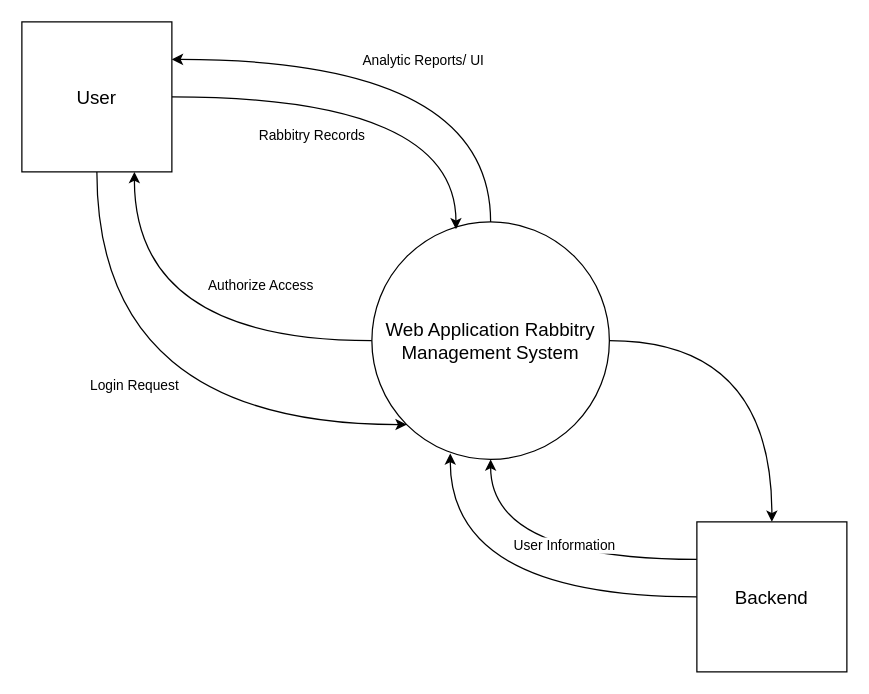
Above: Context Diagram.drawio in SejiMe/rpc-system (draw.io), before the change. Source tidied: cells renumbered, new cells numbered last; positions are measured from the earlier drawing's top-left corner, leaving out a move shared by most shapes. Both pictures are drawn from the tidied source at 125%, with x=0, y=0 at pixel (21, 21).
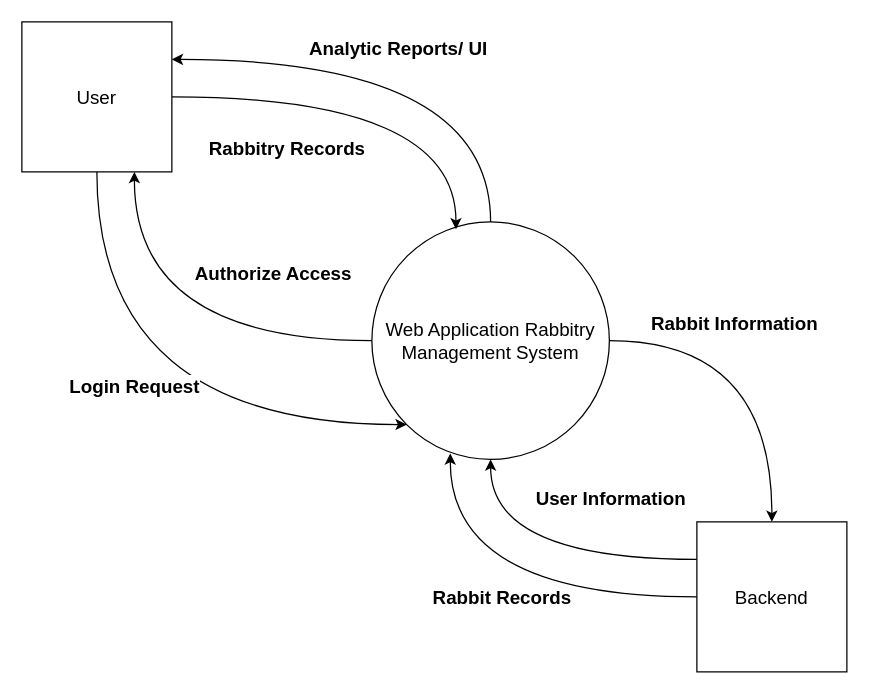
After the change.

Unchanged cells that the change refers to:
```xml
<mxCell id="2" style="edgeStyle=orthogonalEdgeStyle;curved=1;rounded=0;jettySize=auto;html=1;exitX=0;exitY=0.5;exitDx=0;exitDy=0;entryX=0.75;entryY=1;entryDx=0;entryDy=0;" parent="1" edge="1" source="7" target="12">
  <mxGeometry relative="1" as="geometry" />
</mxCell>
<mxCell id="4" style="edgeStyle=orthogonalEdgeStyle;curved=1;rounded=0;jettySize=auto;html=1;exitX=1;exitY=0.5;exitDx=0;exitDy=0;" parent="1" edge="1" source="7" target="16">
  <mxGeometry relative="1" as="geometry" />
</mxCell>
<mxCell id="5" style="edgeStyle=orthogonalEdgeStyle;curved=1;rounded=0;jettySize=auto;html=1;exitX=0.5;exitY=0;exitDx=0;exitDy=0;entryX=1;entryY=0.25;entryDx=0;entryDy=0;" parent="1" edge="1" source="7" target="12">
  <mxGeometry relative="1" as="geometry">
    <Array as="points">
      <mxPoint x="375" y="30" />
    </Array>
  </mxGeometry>
</mxCell>
<mxCell id="7" value="Web Application Rabbitry Management System" style="ellipse;whiteSpace=wrap;html=1;fontSize=15;" parent="1" vertex="1">
  <mxGeometry x="280" y="160" width="190" height="190" as="geometry" />
</mxCell>
<mxCell id="8" style="edgeStyle=orthogonalEdgeStyle;rounded=0;jettySize=auto;html=1;exitX=1;exitY=0.5;exitDx=0;exitDy=0;curved=1;entryX=0.354;entryY=0.031;entryDx=0;entryDy=0;entryPerimeter=0;" parent="1" edge="1" source="12" target="7">
  <mxGeometry relative="1" as="geometry" />
</mxCell>
<mxCell id="10" style="edgeStyle=orthogonalEdgeStyle;curved=1;rounded=0;jettySize=auto;html=1;exitX=0.5;exitY=1;exitDx=0;exitDy=0;entryX=0;entryY=1;entryDx=0;entryDy=0;" parent="1" edge="1" source="12" target="7">
  <mxGeometry relative="1" as="geometry">
    <Array as="points">
      <mxPoint x="60" y="322" />
    </Array>
  </mxGeometry>
</mxCell>
<mxCell id="13" style="edgeStyle=orthogonalEdgeStyle;curved=1;rounded=0;jettySize=auto;html=1;exitX=0;exitY=0.25;exitDx=0;exitDy=0;" parent="1" edge="1" source="16" target="7">
  <mxGeometry relative="1" as="geometry" />
</mxCell>
<mxCell id="16" value="Backend" style="whiteSpace=wrap;html=1;fontSize=15;" parent="1" vertex="1">
  <mxGeometry x="540" y="400" width="120" height="120" as="geometry" />
</mxCell>
```

The edit, as a diff of the source:
```diff
@@
-    <mxCell id="3" value="Authorize Access" style="edgeLabel;html=1;align=center;verticalAlign=middle;rotation=0;" parent="2" vertex="1">
+    <mxCell id="3" value="Authorize Access" style="edgeLabel;html=1;align=center;verticalAlign=middle;rotation=0;fontStyle=1;fontSize=15;" parent="2" vertex="1">
       <mxGeometry x="-0.29" y="-18" relative="1" as="geometry">
-        <mxPoint x="25" y="-27" as="offset" />
+        <mxPoint x="35" y="-37" as="offset" />
       </mxGeometry>
     </mxCell>
@@
+    <mxCell id="17" value="Rabbit Information" style="edgeLabel;html=1;align=center;verticalAlign=middle;fontStyle=1;fontSize=15;" parent="4" vertex="1">
+      <mxGeometry x="-0.46" y="-18" relative="1" as="geometry">
+        <mxPoint x="25" y="-33" as="offset" />
+      </mxGeometry>
+    </mxCell>
@@
-    <mxCell id="6" value="Analytic Reports/ UI" style="edgeLabel;html=1;align=center;verticalAlign=middle;" parent="5" vertex="1">
+    <mxCell id="6" value="Analytic Reports/ UI" style="edgeLabel;html=1;align=center;verticalAlign=middle;fontStyle=1;fontSize=15;" parent="5" vertex="1">
       <mxGeometry x="-0.04" y="37" relative="1" as="geometry">
-        <mxPoint y="-37" as="offset" />
+        <mxPoint x="-20" y="-47" as="offset" />
       </mxGeometry>
     </mxCell>
@@
-    <mxCell id="9" value="Rabbitry Records" style="edgeLabel;html=1;align=center;verticalAlign=middle;" parent="8" vertex="1">
+    <mxCell id="9" value="Rabbitry Records" style="edgeLabel;html=1;align=center;verticalAlign=middle;fontStyle=1;fontSize=15;" parent="8" vertex="1">
       <mxGeometry x="-0.18" y="-18" relative="1" as="geometry">
-        <mxPoint x="-26" y="12" as="offset" />
+        <mxPoint x="-46" y="22" as="offset" />
       </mxGeometry>
     </mxCell>
@@
-    <mxCell id="11" value="Login Request" style="edgeLabel;html=1;align=center;verticalAlign=middle;" parent="10" vertex="1">
+    <mxCell id="11" value="Login Request" style="edgeLabel;html=1;align=center;verticalAlign=middle;fontStyle=1;fontSize=15;" parent="10" vertex="1">
       <mxGeometry x="0.17" y="50" relative="1" as="geometry">
         <mxPoint x="-31" y="18" as="offset" />
       </mxGeometry>
     </mxCell>
@@
-    <mxCell id="14" value="User Information" style="edgeLabel;html=1;align=center;verticalAlign=middle;" parent="13" vertex="1">
-      <mxGeometry x="-0.13" y="-12" relative="1" as="geometry" />
+    <mxCell id="14" value="User Information" style="edgeLabel;html=1;align=center;verticalAlign=middle;fontStyle=1;fontSize=15;" parent="13" vertex="1">
+      <mxGeometry x="-0.13" y="-12" relative="1" as="geometry">
+        <mxPoint x="37" y="-38" as="offset" />
+      </mxGeometry>
     </mxCell>
-    <mxCell id="15" style="edgeStyle=orthogonalEdgeStyle;curved=1;rounded=0;jettySize=auto;html=1;exitX=0;exitY=0.5;exitDx=0;exitDy=0;entryX=0.33;entryY=0.975;entryDx=0;entryDy=0;entryPerimeter=0;" parent="1" edge="1" source="16" target="7">
+    <mxCell id="15" value="Rabbit Records" style="edgeStyle=orthogonalEdgeStyle;curved=1;rounded=0;jettySize=auto;html=1;exitX=0;exitY=0.5;exitDx=0;exitDy=0;entryX=0.33;entryY=0.975;entryDx=0;entryDy=0;entryPerimeter=0;fontStyle=1;fontSize=15;" parent="1" edge="1" source="16" target="7">
       <mxGeometry relative="1" as="geometry" />
     </mxCell>
```
